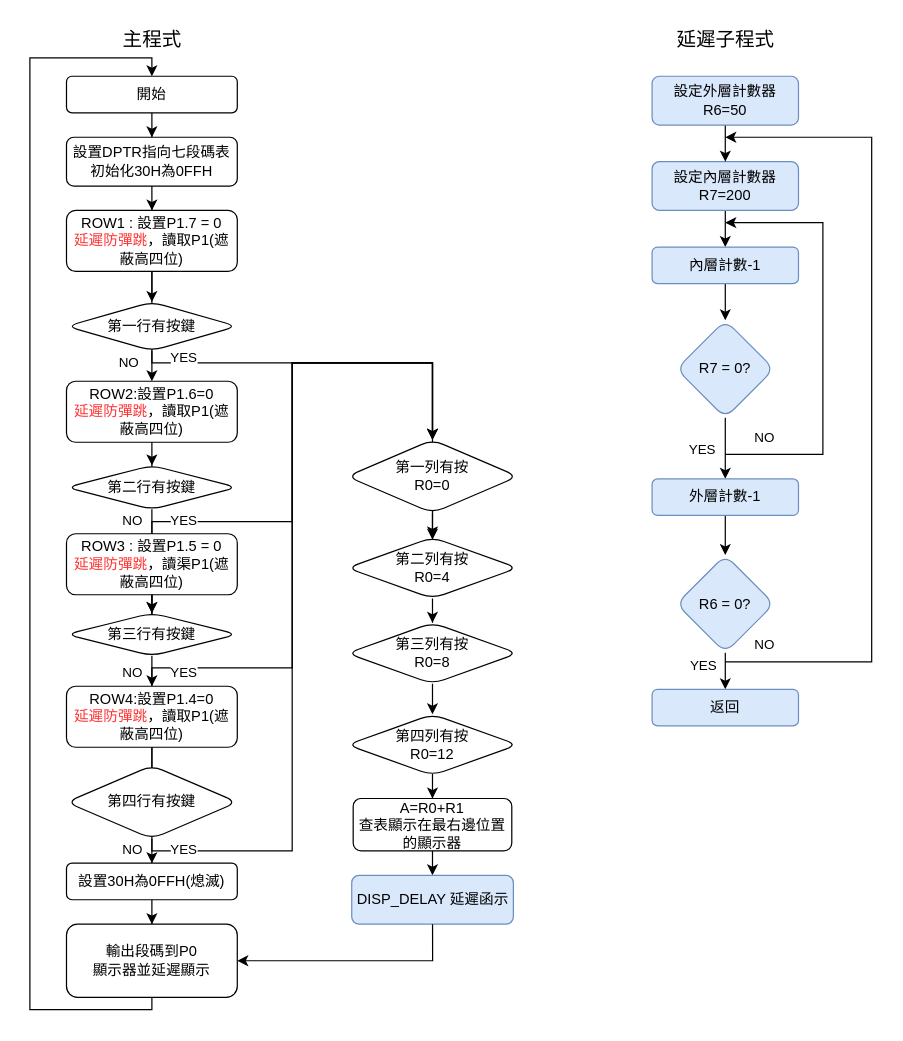
Above: page "第 4 页" (4 of 4) of 未命名绘图.drawio in piting1104/se2 (draw.io), before the change. Source tidied: cells renumbered, new cells numbered last; positions are measured from the earlier drawing's top-left corner, leaving out a move shared by most shapes. Both pictures are drawn from the tidied source at 122%, with x=0, y=0 at pixel (29, 21).
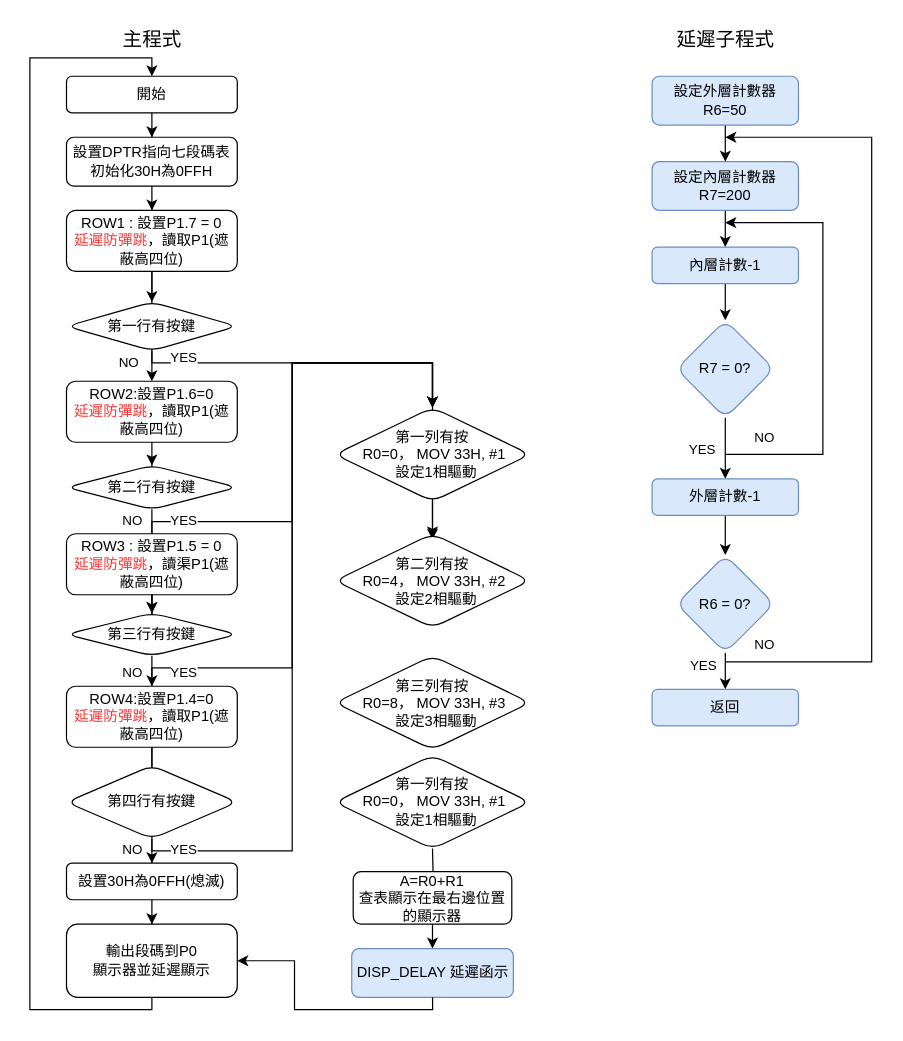
After the change.

Commit message:
更新未命名绘图.drawio

Diff of the diagram source:
```diff
@@
-    <mxCell id="29" style="edgeStyle=orthogonalEdgeStyle;rounded=0;jettySize=auto;html=1;" parent="1" edge="1" source="30" target="32">
-      <mxGeometry relative="1" as="geometry" />
+    <mxCell id="29" style="edgeStyle=orthogonalEdgeStyle;rounded=0;jettySize=auto;html=1;" parent="1" edge="1" source="30">
+      <mxGeometry relative="1" as="geometry">
+        <mxPoint x="330" y="423" as="targetPoint" />
+      </mxGeometry>
     </mxCell>
-    <mxCell id="30" value="第一列有按&lt;div&gt;R0=0&lt;/div&gt;" style="rhombus;whiteSpace=wrap;html=1;rounded=1;" parent="1" vertex="1">
-      <mxGeometry x="260" y="343" width="140" height="60" as="geometry" />
+    <mxCell id="30" value="第一列有按&lt;div&gt;&amp;nbsp; &amp;nbsp; &amp;nbsp; R0=0， MOV 33H, #1&amp;nbsp; &amp;nbsp; &amp;nbsp; &amp;nbsp; 設定1相驅動&lt;/div&gt;" style="rhombus;whiteSpace=wrap;html=1;rounded=1;" parent="1" vertex="1">
+      <mxGeometry x="250" y="316.5" width="160" height="77" as="geometry" />
     </mxCell>
-    <mxCell id="31" style="edgeStyle=orthogonalEdgeStyle;rounded=0;jettySize=auto;html=1;" parent="1" edge="1" source="32" target="34">
-      <mxGeometry relative="1" as="geometry" />
+    <mxCell id="31" style="edgeStyle=orthogonalEdgeStyle;rounded=0;orthogonalLoop=1;jettySize=auto;html=1;" parent="1" edge="1">
+      <mxGeometry relative="1" as="geometry">
+        <mxPoint x="330" y="473" as="sourcePoint" />
+        <mxPoint x="330" y="493" as="targetPoint" />
+      </mxGeometry>
     </mxCell>
-    <mxCell id="32" value="第二列有按&lt;div&gt;R0=4&lt;/div&gt;" style="rhombus;whiteSpace=wrap;html=1;rounded=1;" parent="1" vertex="1">
-      <mxGeometry x="260" y="423" width="140" height="50" as="geometry" />
-    </mxCell>
-    <mxCell id="33" style="edgeStyle=orthogonalEdgeStyle;rounded=0;jettySize=auto;html=1;" parent="1" edge="1" source="34" target="36">
-      <mxGeometry relative="1" as="geometry" />
+    <mxCell id="33" style="edgeStyle=orthogonalEdgeStyle;rounded=0;orthogonalLoop=1;jettySize=auto;html=1;" parent="1" edge="1">
+      <mxGeometry relative="1" as="geometry">
+        <mxPoint x="330" y="557.5" as="sourcePoint" />
+        <mxPoint x="330" y="582.5" as="targetPoint" />
+      </mxGeometry>
     </mxCell>
-    <mxCell id="34" value="第三列有按&lt;div&gt;R0=8&lt;/div&gt;" style="rhombus;whiteSpace=wrap;html=1;rounded=1;" parent="1" vertex="1">
-      <mxGeometry x="260" y="493" width="140" height="50" as="geometry" />
-    </mxCell>
-    <mxCell id="35" style="edgeStyle=orthogonalEdgeStyle;rounded=0;jettySize=auto;html=1;" parent="1" edge="1" source="36" target="45">
-      <mxGeometry relative="1" as="geometry" />
+    <mxCell id="35" style="edgeStyle=orthogonalEdgeStyle;rounded=0;jettySize=auto;html=1;" parent="1" edge="1" target="45">
+      <mxGeometry relative="1" as="geometry">
+        <mxPoint x="330" y="678" as="sourcePoint" />
+      </mxGeometry>
     </mxCell>
-    <mxCell id="36" value="第四列有按&lt;div&gt;R0=12&lt;/div&gt;" style="rhombus;whiteSpace=wrap;html=1;rounded=1;" parent="1" vertex="1">
-      <mxGeometry x="260" y="568" width="140" height="50" as="geometry" />
-    </mxCell>
@@
     <mxCell id="45" value="A=R0+R1&lt;div&gt;查表顯示在最右邊位置的顯示器&lt;/div&gt;" style="whiteSpace=wrap;html=1;rounded=1;" parent="1" vertex="1">
-      <mxGeometry x="265" y="637" width="130" height="43" as="geometry" />
+      <mxGeometry x="265" y="697" width="130" height="43" as="geometry" />
     </mxCell>
     <mxCell id="46" value="DISP_DELAY 延遲函示" style="whiteSpace=wrap;html=1;rounded=1;fillColor=#dae8fc;strokeColor=#6c8ebf;" parent="1" vertex="1">
-      <mxGeometry x="263.8" y="700" width="132.5" height="40" as="geometry" />
+      <mxGeometry x="263.8" y="760" width="132.5" height="40" as="geometry" />
     </mxCell>
@@
+    <mxCell id="70" value="第二列有按&lt;div&gt;&amp;nbsp; &amp;nbsp; &amp;nbsp; R0=4， MOV 33H, #2&amp;nbsp; &amp;nbsp; &amp;nbsp; &amp;nbsp; 設定2相驅動&lt;/div&gt;" style="rhombus;whiteSpace=wrap;html=1;rounded=1;" parent="1" vertex="1">
+      <mxGeometry x="250" y="420" width="160" height="77" as="geometry" />
+    </mxCell>
+    <mxCell id="71" value="第三列有按&lt;div&gt;&amp;nbsp; &amp;nbsp; &amp;nbsp; R0=8， MOV 33H, #3&amp;nbsp; &amp;nbsp; &amp;nbsp; &amp;nbsp; 設定3相驅動&lt;/div&gt;" style="rhombus;whiteSpace=wrap;html=1;rounded=1;" parent="1" vertex="1">
+      <mxGeometry x="250" y="520" width="160" height="77" as="geometry" />
+    </mxCell>
+    <mxCell id="72" value="第一列有按&lt;div&gt;&amp;nbsp; &amp;nbsp; &amp;nbsp; R0=0， MOV 33H, #1&amp;nbsp; &amp;nbsp; &amp;nbsp; &amp;nbsp; 設定1相驅動&lt;/div&gt;" style="rhombus;whiteSpace=wrap;html=1;rounded=1;" parent="1" vertex="1">
+      <mxGeometry x="250" y="601.5" width="160" height="77" as="geometry" />
+    </mxCell>
```
